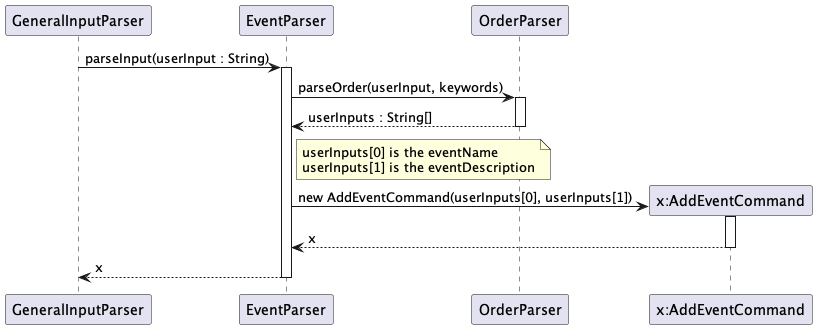
JianJiaT/tp keeps this PlantUML diagram as docs/images/addEventCommand.png. Above is the earlier version.
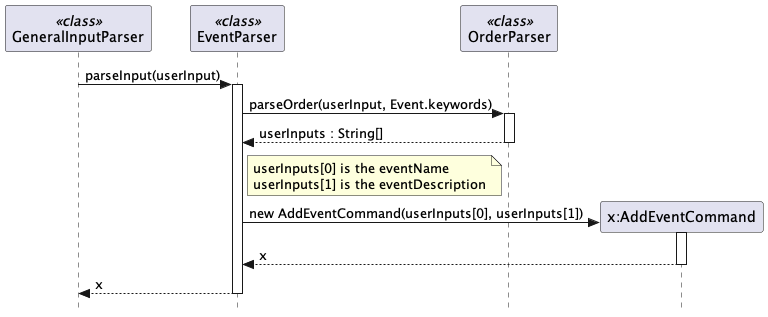
Above is the later version.

Diff of the diagram source:
```diff
@@ -1,23 +1,25 @@
 @startuml
-participant "GeneralInputParser" as GIP
-participant "EventParser" as EP
-participant "OrderParser" as OP
+skinparam Style strictuml
 
-GIP -> EP: parseInput(userInput : String)
-activate EP
-EP -> OP: parseOrder(userInput, keywords)
-activate OP
-OP --> EP : userInputs : String[]
-deactivate OP
-note right of EP : userInputs[0] is the eventName\nuserInputs[1] is the eventDescription
+participant GeneralInputParser <<class>>
+participant EventParser <<class>>
+participant OrderParser <<class>>
+
+GeneralInputParser -> EventParser: parseInput(userInput)
+activate EventParser
+EventParser -> OrderParser: parseOrder(userInput, Event.keywords)
+activate OrderParser
+OrderParser --> EventParser : userInputs : String[]
+deactivate OrderParser
+note right of EventParser : userInputs[0] is the eventName\nuserInputs[1] is the eventDescription
 
 create "x:AddEventCommand" AS AddEventCommand
-EP -> AddEventCommand: new AddEventCommand(userInputs[0], userInputs[1])
+EventParser -> AddEventCommand: new AddEventCommand(userInputs[0], userInputs[1])
 activate AddEventCommand
-AddEventCommand --> EP : x
+AddEventCommand --> EventParser : x
 deactivate AddEventCommand
 
-EP --> GIP : x
-deactivate EP
+EventParser --> GeneralInputParser : x
+deactivate EventParser
 
 @enduml
```
